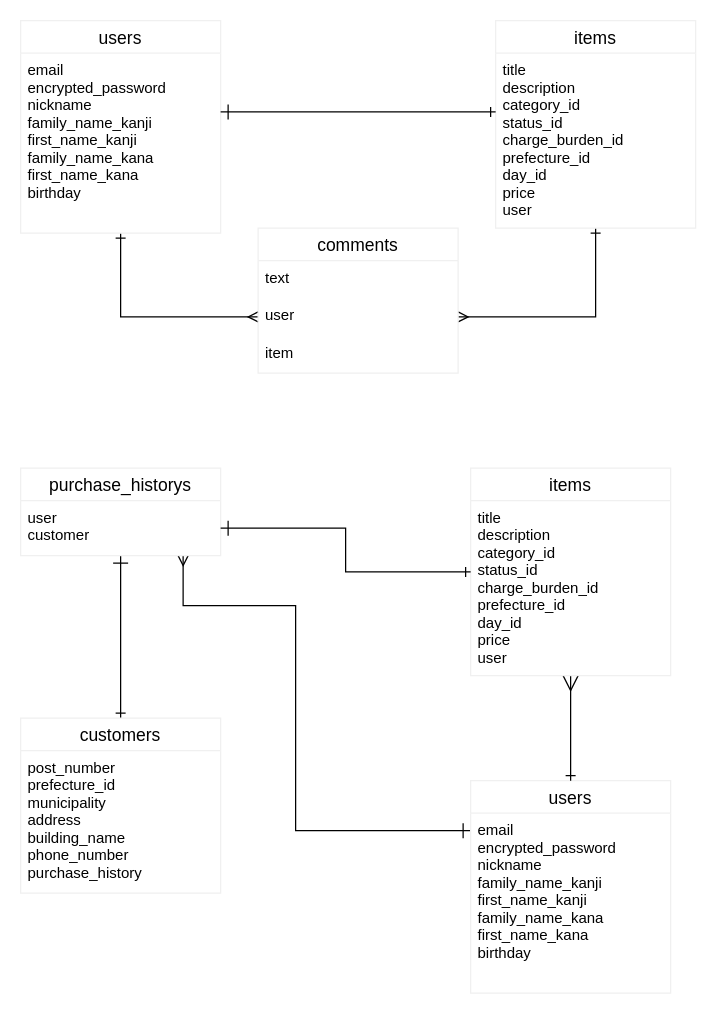
This is furima.dio from kyo-su/furima-35154, a draw.io file, before an edit. Source tidied: cells renumbered, new cells numbered last; positions are measured from the earlier drawing's top-left corner, leaving out a move shared by most shapes. Both pictures are drawn from the tidied source at 125%, with x=0, y=0 at pixel (20, 20).
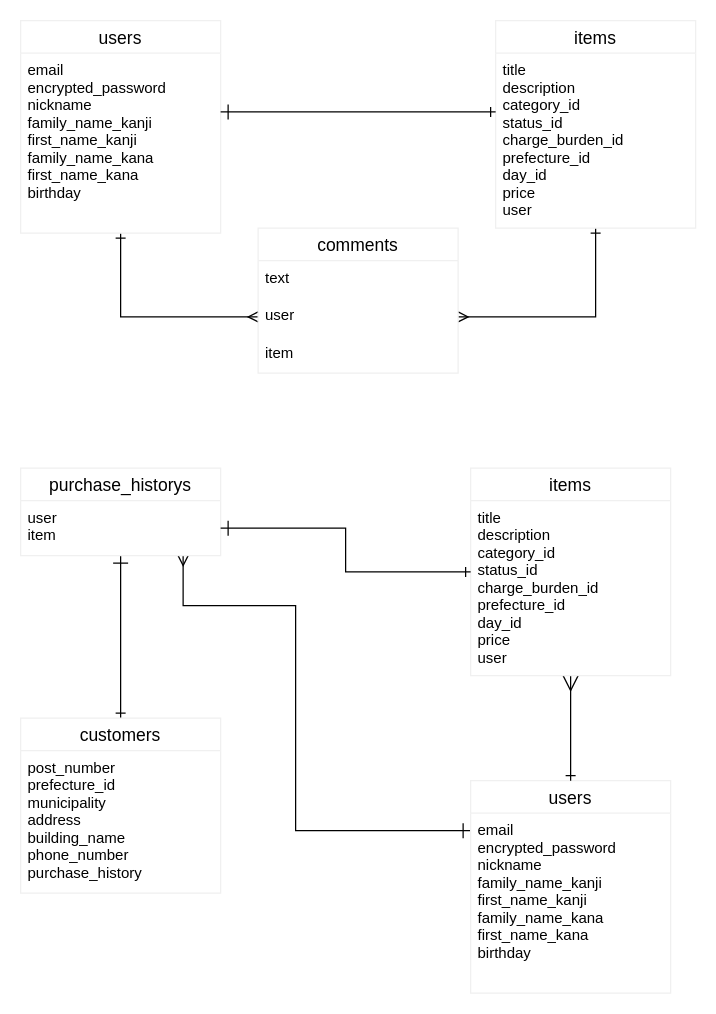
The same diagram, later.

Unchanged cells that the change refers to:
```xml
<mxCell id="26" value="purchase_historys" style="swimlane;fontStyle=0;horizontal=1;startSize=26;align=center;fontSize=14;strokeColor=#f0f0f0;" parent="1" vertex="1">
  <mxGeometry y="358" width="160" height="70" as="geometry" />
</mxCell>
```

Diff of the diagram source:
```diff
@@
-    <mxCell id="27" value="user&#10;customer" style="text;strokeColor=none;fillColor=none;spacingLeft=4;spacingRight=4;overflow=hidden;points=[[0,0.5],[1,0.5]];portConstraint=eastwest;fontSize=12;" parent="26" vertex="1">
+    <mxCell id="27" value="user&#10;item" style="text;strokeColor=none;fillColor=none;spacingLeft=4;spacingRight=4;overflow=hidden;points=[[0,0.5],[1,0.5]];portConstraint=eastwest;fontSize=12;" parent="26" vertex="1">
       <mxGeometry y="26" width="160" height="44" as="geometry" />
     </mxCell>
```
